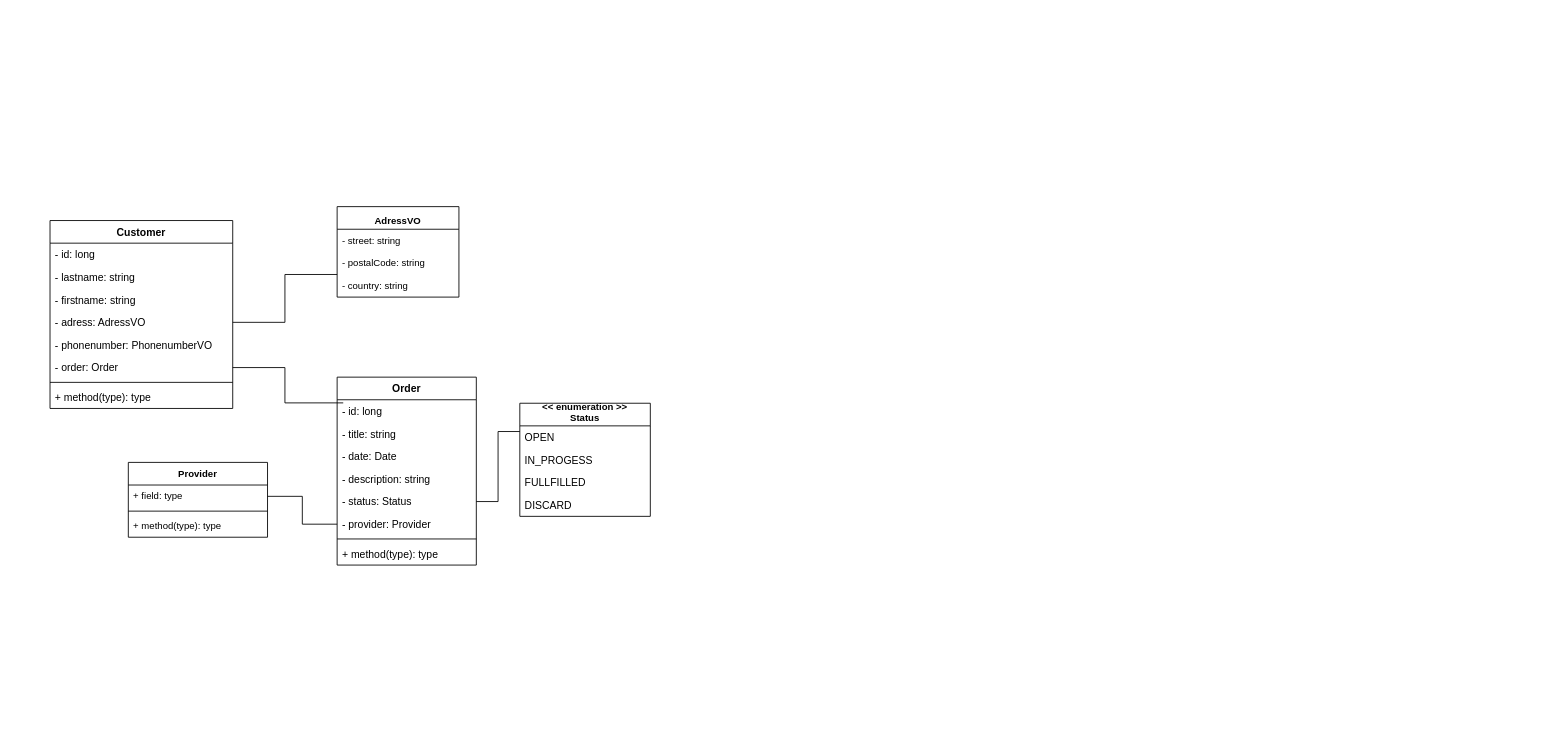
Above: UML_DIA.drawio in gl0bix/de.itconsult24 (draw.io), before the change. Source tidied: cells renumbered, new cells numbered last; positions are measured from the earlier drawing's top-left corner, leaving out a move shared by most shapes. Both pictures are drawn from the tidied source at 87%, with x=0, y=0 at pixel (50, 206).
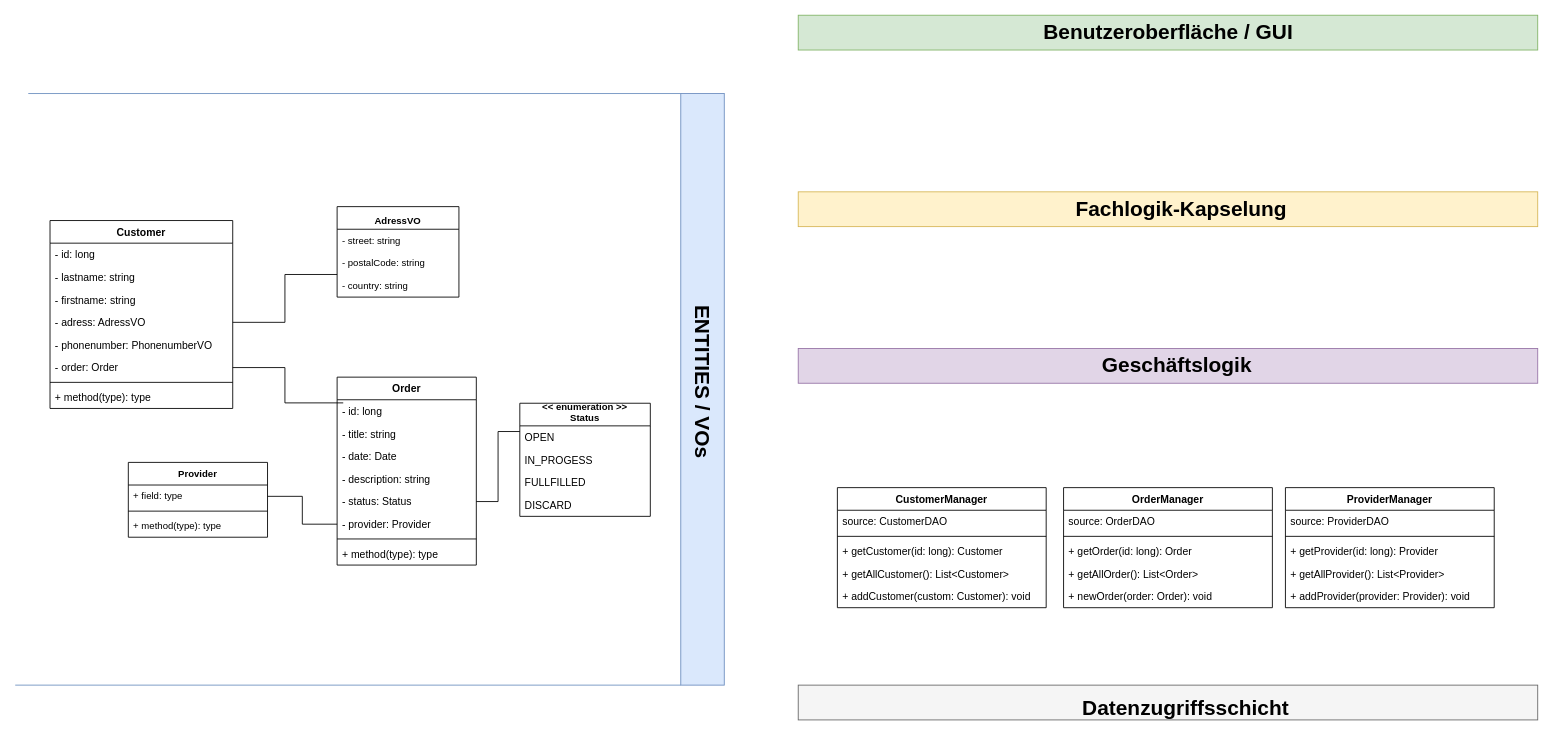
After the change.

The edit, as a diff of the source:
```diff
@@
+    <mxCell id="37" style="rounded=0;whiteSpace=wrap;html=1;fillColor=#dae8fc;strokeColor=#6c8ebf;" parent="1" vertex="1">
+      <mxGeometry x="725" y="-130" width="50" height="680" as="geometry" />
+    </mxCell>
@@
+    <mxCell id="38" value="CustomerManager" style="swimlane;fontStyle=1;align=center;verticalAlign=top;horizontal=1;startSize=26;" parent="1" vertex="1">
+      <mxGeometry x="905" y="323" width="240" height="138" as="geometry" />
+    </mxCell>
+    <mxCell id="39" value="source: CustomerDAO " style="text;strokeColor=none;fillColor=none;align=left;verticalAlign=top;spacingLeft=4;spacingRight=4;overflow=hidden;" parent="38" vertex="1">
+      <mxGeometry y="26" width="240" height="26" as="geometry" />
+    </mxCell>
+    <mxCell id="40" style="line;strokeWidth=1;fillColor=none;align=left;verticalAlign=middle;spacingTop=-1;spacingLeft=3;spacingRight=3;labelPosition=right;" parent="38" vertex="1">
+      <mxGeometry y="52" width="240" height="8" as="geometry" />
+    </mxCell>
+    <mxCell id="41" value="+ getCustomer(id: long): Customer" style="text;strokeColor=none;fillColor=none;align=left;verticalAlign=top;spacingLeft=4;spacingRight=4;overflow=hidden;" parent="38" vertex="1">
+      <mxGeometry y="60" width="240" height="26" as="geometry" />
+    </mxCell>
+    <mxCell id="42" value="+ getAllCustomer(): List&lt;Customer&gt;" style="text;strokeColor=none;fillColor=none;align=left;verticalAlign=top;spacingLeft=4;spacingRight=4;overflow=hidden;" parent="38" vertex="1">
+      <mxGeometry y="86" width="240" height="26" as="geometry" />
+    </mxCell>
+    <mxCell id="43" value="+ addCustomer(custom: Customer): void" style="text;strokeColor=none;fillColor=none;align=left;verticalAlign=top;spacingLeft=4;spacingRight=4;overflow=hidden;" parent="38" vertex="1">
+      <mxGeometry y="112" width="240" height="26" as="geometry" />
+    </mxCell>
+    <mxCell id="44" value="OrderManager" style="swimlane;fontStyle=1;align=center;verticalAlign=top;horizontal=1;startSize=26;" parent="1" vertex="1">
+      <mxGeometry x="1165" y="323" width="240" height="138" as="geometry" />
+    </mxCell>
+    <mxCell id="45" value="source: OrderDAO " style="text;strokeColor=none;fillColor=none;align=left;verticalAlign=top;spacingLeft=4;spacingRight=4;overflow=hidden;" parent="44" vertex="1">
+      <mxGeometry y="26" width="240" height="26" as="geometry" />
+    </mxCell>
+    <mxCell id="46" style="line;strokeWidth=1;fillColor=none;align=left;verticalAlign=middle;spacingTop=-1;spacingLeft=3;spacingRight=3;labelPosition=right;" parent="44" vertex="1">
+      <mxGeometry y="52" width="240" height="8" as="geometry" />
+    </mxCell>
+    <mxCell id="47" value="+ getOrder(id: long): Order" style="text;strokeColor=none;fillColor=none;align=left;verticalAlign=top;spacingLeft=4;spacingRight=4;overflow=hidden;" parent="44" vertex="1">
+      <mxGeometry y="60" width="240" height="26" as="geometry" />
+    </mxCell>
+    <mxCell id="48" value="+ getAllOrder(): List&lt;Order&gt;" style="text;strokeColor=none;fillColor=none;align=left;verticalAlign=top;spacingLeft=4;spacingRight=4;overflow=hidden;" parent="44" vertex="1">
+      <mxGeometry y="86" width="240" height="26" as="geometry" />
+    </mxCell>
+    <mxCell id="49" value="+ newOrder(order: Order): void" style="text;strokeColor=none;fillColor=none;align=left;verticalAlign=top;spacingLeft=4;spacingRight=4;overflow=hidden;" parent="44" vertex="1">
+      <mxGeometry y="112" width="240" height="26" as="geometry" />
+    </mxCell>
+    <mxCell id="50" value="ProviderManager" style="swimlane;fontStyle=1;align=center;verticalAlign=top;horizontal=1;startSize=26;" parent="1" vertex="1">
+      <mxGeometry x="1420" y="323" width="240" height="138" as="geometry" />
+    </mxCell>
+    <mxCell id="51" value="source: ProviderDAO " style="text;strokeColor=none;fillColor=none;align=left;verticalAlign=top;spacingLeft=4;spacingRight=4;overflow=hidden;" parent="50" vertex="1">
+      <mxGeometry y="26" width="240" height="26" as="geometry" />
+    </mxCell>
+    <mxCell id="52" style="line;strokeWidth=1;fillColor=none;align=left;verticalAlign=middle;spacingTop=-1;spacingLeft=3;spacingRight=3;labelPosition=right;" parent="50" vertex="1">
+      <mxGeometry y="52" width="240" height="8" as="geometry" />
+    </mxCell>
+    <mxCell id="53" value="+ getProvider(id: long): Provider" style="text;strokeColor=none;fillColor=none;align=left;verticalAlign=top;spacingLeft=4;spacingRight=4;overflow=hidden;" parent="50" vertex="1">
+      <mxGeometry y="60" width="240" height="26" as="geometry" />
+    </mxCell>
+    <mxCell id="54" value="+ getAllProvider(): List&lt;Provider&gt;" style="text;strokeColor=none;fillColor=none;align=left;verticalAlign=top;spacingLeft=4;spacingRight=4;overflow=hidden;" parent="50" vertex="1">
+      <mxGeometry y="86" width="240" height="26" as="geometry" />
+    </mxCell>
+    <mxCell id="55" value="+ addProvider(provider: Provider): void" style="text;strokeColor=none;fillColor=none;align=left;verticalAlign=top;spacingLeft=4;spacingRight=4;overflow=hidden;" parent="50" vertex="1">
+      <mxGeometry y="112" width="240" height="26" as="geometry" />
+    </mxCell>
+    <mxCell id="56" value="ENTITIES / VOs" style="text;strokeColor=none;fillColor=none;html=1;fontSize=24;fontStyle=1;verticalAlign=middle;align=center;rotation=90;" parent="1" vertex="1">
+      <mxGeometry x="700" y="181" width="100" height="40" as="geometry" />
+    </mxCell>
+    <mxCell id="57" style="endArrow=none;html=1;rounded=0;entryX=0;entryY=1;entryDx=0;entryDy=0;fontColor=#1C03FF;labelBackgroundColor=#FFFFFF;strokeColor=#6c8ebf;fillColor=#dae8fc;" parent="1" edge="1" target="37">
+      <mxGeometry relative="1" as="geometry">
+        <mxPoint x="-40" y="550" as="sourcePoint" />
+      </mxGeometry>
+    </mxCell>
+    <mxCell id="58" style="endArrow=none;html=1;rounded=0;fillColor=#dae8fc;strokeColor=#6c8ebf;" parent="1" edge="1">
+      <mxGeometry relative="1" as="geometry">
+        <mxPoint x="-25" y="-130" as="sourcePoint" />
+        <mxPoint x="725" y="-130" as="targetPoint" />
+      </mxGeometry>
+    </mxCell>
+    <mxCell id="59" style="rounded=0;whiteSpace=wrap;html=1;fillColor=#e1d5e7;strokeColor=#9673a6;" parent="1" vertex="1">
+      <mxGeometry x="860" y="163" width="850" height="40" as="geometry" />
+    </mxCell>
+    <mxCell id="60" value="Geschäftslogik" style="text;html=1;fontSize=24;fontStyle=1;verticalAlign=middle;align=center;" parent="1" vertex="1">
+      <mxGeometry x="1245" y="163" width="100" height="40" as="geometry" />
+    </mxCell>
+    <mxCell id="61" style="rounded=0;whiteSpace=wrap;html=1;fillColor=#f5f5f5;strokeColor=#666666;fontColor=#333333;" parent="1" vertex="1">
+      <mxGeometry x="860" y="550" width="850" height="40" as="geometry" />
+    </mxCell>
+    <mxCell id="62" value="&lt;div&gt;Datenzugriffsschicht&lt;/div&gt;" style="text;strokeColor=none;fillColor=none;html=1;fontSize=24;fontStyle=1;verticalAlign=middle;align=center;fontColor=#000000;" parent="1" vertex="1">
+      <mxGeometry x="1255" y="557" width="100" height="40" as="geometry" />
+    </mxCell>
+    <mxCell id="63" style="rounded=0;whiteSpace=wrap;html=1;fillColor=#fff2cc;strokeColor=#d6b656;" parent="1" vertex="1">
+      <mxGeometry x="860" y="-17" width="850" height="40" as="geometry" />
+    </mxCell>
+    <mxCell id="64" value="Fachlogik-Kapselung" style="text;strokeColor=none;fillColor=none;html=1;fontSize=24;fontStyle=1;verticalAlign=middle;align=center;fontColor=#000000;" parent="1" vertex="1">
+      <mxGeometry x="1250" y="-17" width="100" height="40" as="geometry" />
+    </mxCell>
+    <mxCell id="65" style="rounded=0;whiteSpace=wrap;html=1;fillColor=#d5e8d4;strokeColor=#82b366;" parent="1" vertex="1">
+      <mxGeometry x="860" y="-220" width="850" height="40" as="geometry" />
+    </mxCell>
+    <mxCell id="66" value="Benutzeroberfläche / GUI" style="text;strokeColor=none;fillColor=none;html=1;fontSize=24;fontStyle=1;verticalAlign=middle;align=center;fontColor=#000000;" parent="1" vertex="1">
+      <mxGeometry x="1235" y="-220" width="100" height="40" as="geometry" />
+    </mxCell>
```
